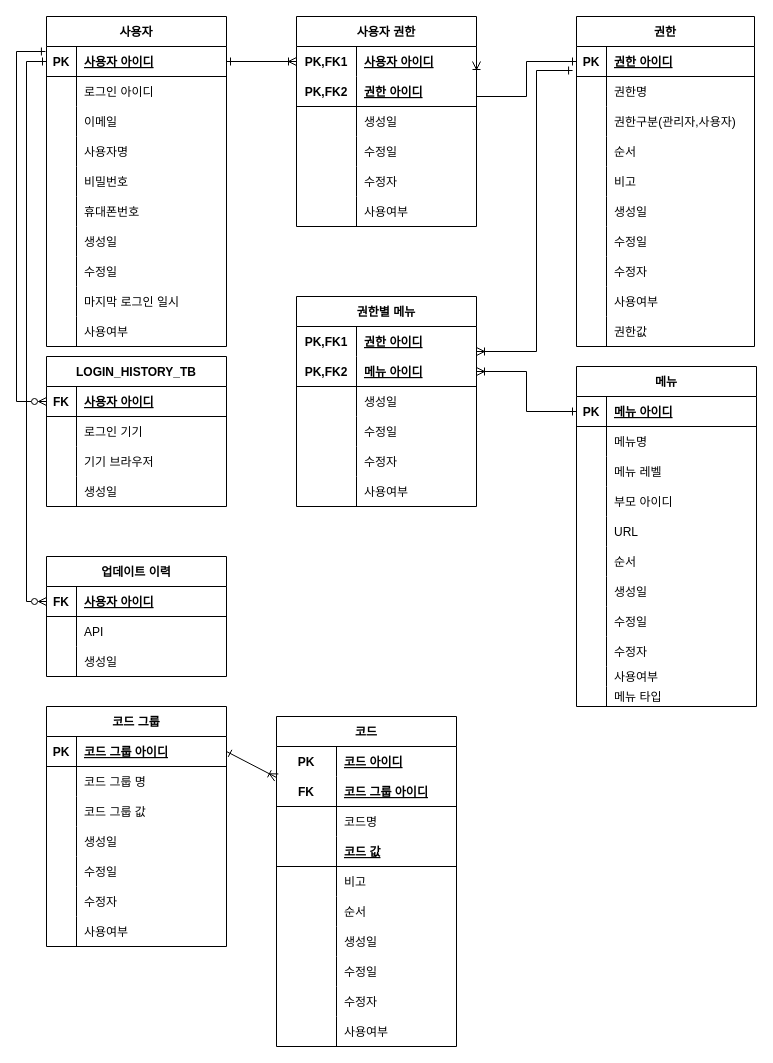
The draw.io diagram Erd/logical.drawio in reolinodev/egov4, before the edit. Source tidied: cells renumbered, new cells numbered last; positions are measured from the earlier drawing's top-left corner, leaving out a move shared by most shapes. Both pictures are drawn from the tidied source at 100%, with x=0, y=0 at pixel (16, 16).
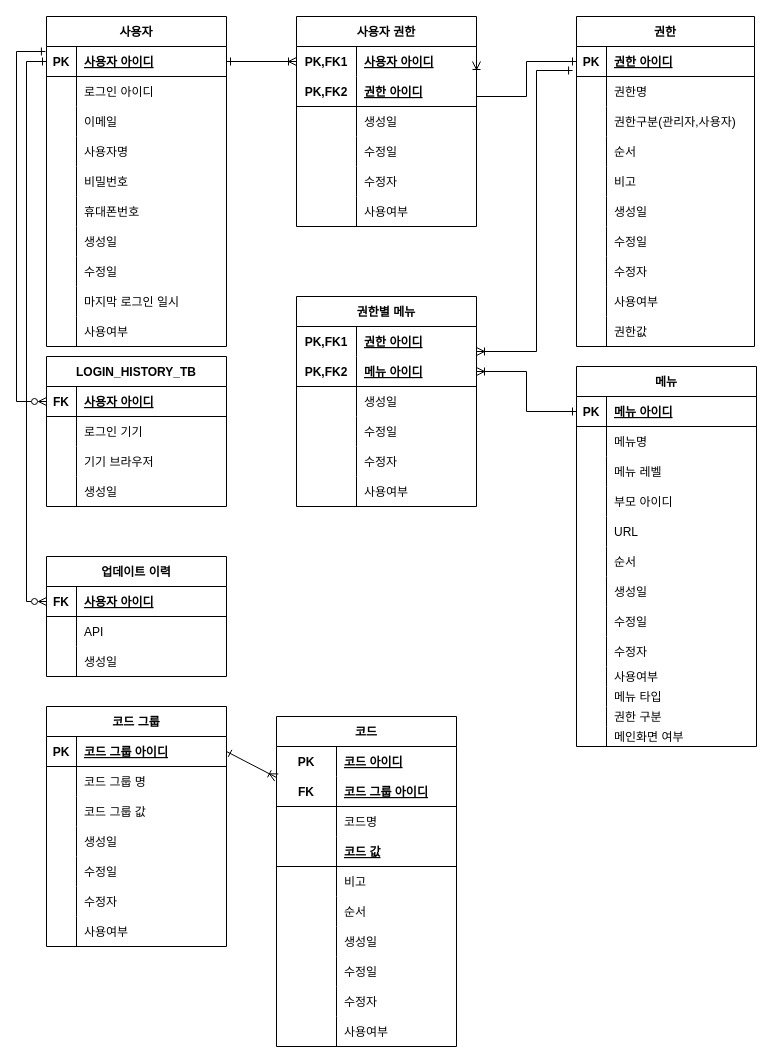
After the change.

Change to the diagram source:
```diff
@@
     <mxCell id="106" value="메뉴" style="shape=table;startSize=30;childLayout=tableLayout;rowLines=0;fontStyle=1;align=center;" parent="1" vertex="1">
-      <mxGeometry x="560" y="350" width="180" height="340" as="geometry" />
+      <mxGeometry x="560" y="350" width="180" height="380" as="geometry" />
     </mxCell>
@@
+    <mxCell id="220" style="shape=tableRow;horizontal=0;startSize=0;swimlaneHead=0;swimlaneBody=0;fillColor=none;top=0;left=0;right=0;bottom=0;" parent="106" vertex="1">
+      <mxGeometry y="340" width="180" height="20" as="geometry" />
+    </mxCell>
+    <mxCell id="221" style="shape=partialRectangle;fillColor=none;top=0;left=0;bottom=0;right=0;overflow=hidden;" parent="220" vertex="1">
+      <mxGeometry width="30" height="20" as="geometry" />
+    </mxCell>
+    <mxCell id="222" value="권한 구분" style="shape=partialRectangle;fillColor=none;top=0;left=0;bottom=0;right=0;align=left;spacingLeft=6;overflow=hidden;" parent="220" vertex="1">
+      <mxGeometry x="30" width="150" height="20" as="geometry" />
+    </mxCell>
+    <mxCell id="223" style="shape=tableRow;horizontal=0;startSize=0;swimlaneHead=0;swimlaneBody=0;fillColor=none;top=0;left=0;right=0;bottom=0;" parent="106" vertex="1">
+      <mxGeometry y="360" width="180" height="20" as="geometry" />
+    </mxCell>
+    <mxCell id="224" style="shape=partialRectangle;fillColor=none;top=0;left=0;bottom=0;right=0;overflow=hidden;" parent="223" vertex="1">
+      <mxGeometry width="30" height="20" as="geometry" />
+    </mxCell>
+    <mxCell id="225" value="메인화면 여부" style="shape=partialRectangle;fillColor=none;top=0;left=0;bottom=0;right=0;align=left;spacingLeft=6;overflow=hidden;" parent="223" vertex="1">
+      <mxGeometry x="30" width="150" height="20" as="geometry" />
+    </mxCell>
```
